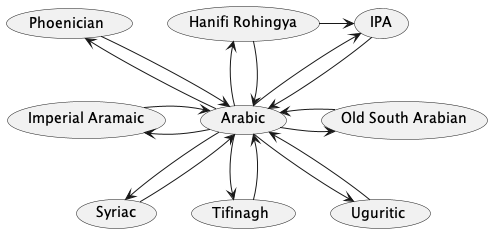
Above: packages/abjad-convert/doc/converters.png in amerharb/abjad-convert (PlantUML), before the change.
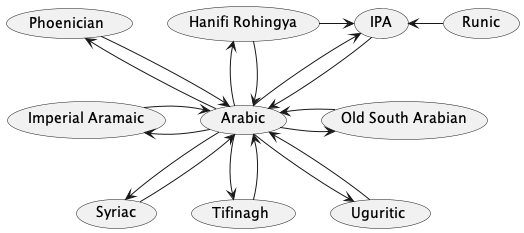
After the change.

What changed in the source:
```diff
@@ -4,6 +4,7 @@
 (Arabic) <-up- (Hanifi Rohingya)
 (Arabic) -up-> (IPA)
 (Arabic) <-up- (IPA)
+(Runic) -left-> (IPA)
 (IPA) <-left- (Hanifi Rohingya)
 (Arabic) -up-> (Phoenician)
 (Arabic) <-up- (Phoenician)
```
